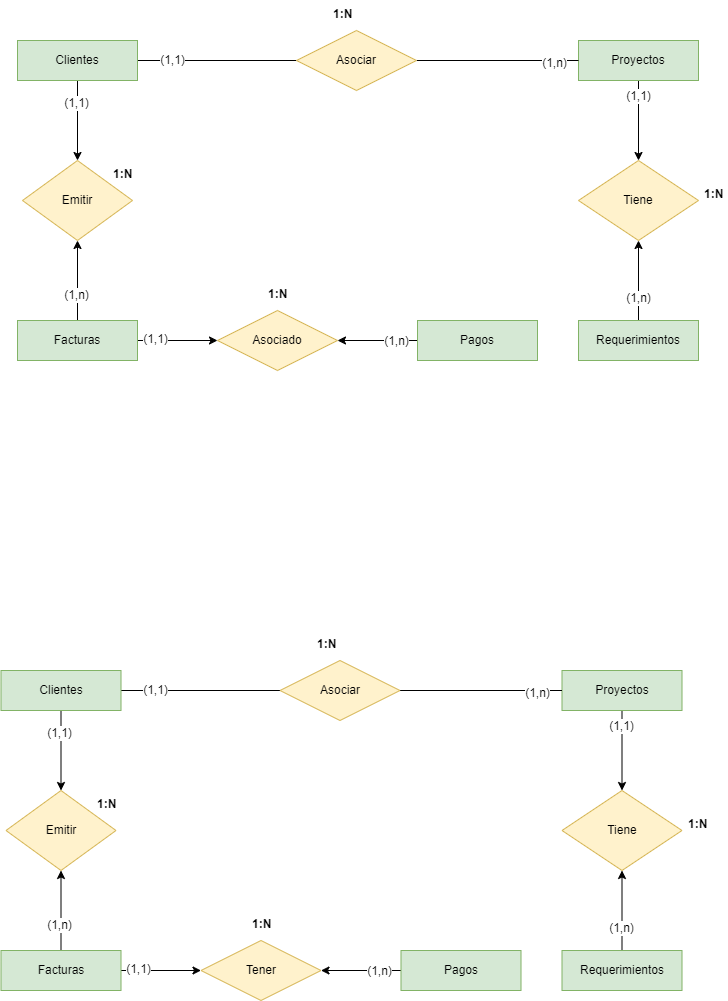
This is diagramas/ModeloEntidadRelación.png from JhersonHuacho/dsrp-contabilidad-consultoria, a draw.io export, as it was before one commit. Source tidied: cells renumbered, new cells last; positions are measured from the earlier drawing's top-left corner, leaving out a move shared by most shapes.
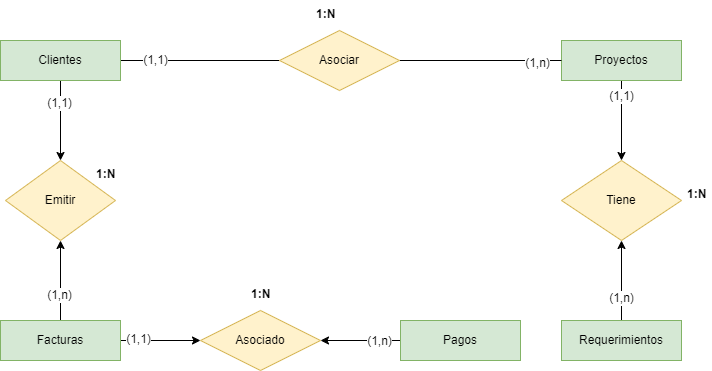
After the change.

Commit message:
se modificó la imagen

Diff of the diagram source:
```diff
@@ -93,96 +93,5 @@
     <mxCell id="30" value="1:N" style="text;strokeColor=none;fillColor=none;spacingLeft=4;spacingRight=4;overflow=hidden;fontSize=12;whiteSpace=wrap;html=1;fontStyle=1;" parent="1" vertex="1">
       <mxGeometry x="261" y="280" width="30" height="20" as="geometry" />
     </mxCell>
-    <mxCell id="31" style="edgeStyle=orthogonalEdgeStyle;rounded=0;jettySize=auto;html=1;entryX=0;entryY=0.5;entryDx=0;entryDy=0;strokeColor=default;curved=0;endArrow=none;endFill=0;" parent="1" edge="1" source="35" target="44">
-      <mxGeometry relative="1" as="geometry" />
-    </mxCell>
-    <mxCell id="32" value="(1,1)" style="edgeLabel;html=1;align=center;verticalAlign=middle;fontSize=12;" parent="31" vertex="1">
-      <mxGeometry x="-0.62" y="1" relative="1" as="geometry">
-        <mxPoint x="4" as="offset" />
-      </mxGeometry>
-    </mxCell>
-    <mxCell id="33" style="edgeStyle=orthogonalEdgeStyle;rounded=0;jettySize=auto;html=1;" parent="1" edge="1" source="35" target="53">
-      <mxGeometry relative="1" as="geometry" />
-    </mxCell>
-    <mxCell id="34" value="(1,1)" style="edgeLabel;html=1;align=center;verticalAlign=middle;fontSize=12;" parent="33" vertex="1">
-      <mxGeometry x="-0.45" y="-2" relative="1" as="geometry" />
-    </mxCell>
-    <mxCell id="35" value="Clientes" style="whiteSpace=wrap;html=1;align=center;fillColor=#d5e8d4;strokeColor=#82b366;" parent="1" vertex="1">
-      <mxGeometry x="-0.5" y="670" width="120" height="40" as="geometry" />
-    </mxCell>
-    <mxCell id="36" style="edgeStyle=orthogonalEdgeStyle;rounded=0;jettySize=auto;html=1;" parent="1" edge="1" source="38" target="46">
-      <mxGeometry relative="1" as="geometry" />
-    </mxCell>
-    <mxCell id="37" value="(1,1)" style="edgeLabel;html=1;align=center;verticalAlign=middle;fontSize=12;" parent="36" vertex="1">
-      <mxGeometry x="-0.62" y="-1" relative="1" as="geometry" />
-    </mxCell>
-    <mxCell id="38" value="Proyectos" style="whiteSpace=wrap;html=1;align=center;fillColor=#d5e8d4;strokeColor=#82b366;" parent="1" vertex="1">
-      <mxGeometry x="560.5" y="670" width="120" height="40" as="geometry" />
-    </mxCell>
-    <mxCell id="39" style="edgeStyle=orthogonalEdgeStyle;rounded=0;jettySize=auto;html=1;" parent="1" edge="1" source="41" target="46">
-      <mxGeometry relative="1" as="geometry" />
-    </mxCell>
-    <mxCell id="40" value="(1,n)" style="edgeLabel;html=1;align=center;verticalAlign=middle;fontSize=12;" parent="39" vertex="1">
-      <mxGeometry x="-0.43" y="1" relative="1" as="geometry" />
-    </mxCell>
-    <mxCell id="41" value="Requerimientos" style="whiteSpace=wrap;html=1;align=center;fillColor=#d5e8d4;strokeColor=#82b366;" parent="1" vertex="1">
-      <mxGeometry x="560.5" y="950" width="120" height="40" as="geometry" />
-    </mxCell>
-    <mxCell id="42" style="edgeStyle=orthogonalEdgeStyle;rounded=0;jettySize=auto;html=1;endArrow=none;endFill=0;" parent="1" edge="1" source="44" target="38">
-      <mxGeometry relative="1" as="geometry" />
-    </mxCell>
-    <mxCell id="43" value="(1,n)" style="edgeLabel;html=1;align=center;verticalAlign=middle;fontSize=12;" parent="42" vertex="1">
-      <mxGeometry x="-0.17" y="-2" relative="1" as="geometry">
-        <mxPoint x="70" as="offset" />
-      </mxGeometry>
-    </mxCell>
-    <mxCell id="44" value="Asociar" style="shape=rhombus;perimeter=rhombusPerimeter;whiteSpace=wrap;html=1;align=center;fillColor=#fff2cc;strokeColor=#d6b656;" parent="1" vertex="1">
-      <mxGeometry x="278.5" y="660" width="120" height="60" as="geometry" />
-    </mxCell>
-    <mxCell id="45" value="1:N" style="text;strokeColor=none;fillColor=none;spacingLeft=4;spacingRight=4;overflow=hidden;fontSize=12;whiteSpace=wrap;html=1;fontStyle=1;" parent="1" vertex="1">
-      <mxGeometry x="309.5" y="630" width="30" height="20" as="geometry" />
-    </mxCell>
-    <mxCell id="46" value="Tiene" style="shape=rhombus;perimeter=rhombusPerimeter;whiteSpace=wrap;html=1;align=center;fillColor=#fff2cc;strokeColor=#d6b656;" parent="1" vertex="1">
-      <mxGeometry x="560.5" y="790" width="120" height="80" as="geometry" />
-    </mxCell>
-    <mxCell id="47" value="1:N" style="text;strokeColor=none;fillColor=none;spacingLeft=4;spacingRight=4;overflow=hidden;fontSize=12;whiteSpace=wrap;html=1;fontStyle=1;" parent="1" vertex="1">
-      <mxGeometry x="680.5" y="810" width="30" height="20" as="geometry" />
-    </mxCell>
-    <mxCell id="48" style="edgeStyle=orthogonalEdgeStyle;rounded=0;jettySize=auto;html=1;" parent="1" edge="1" source="52" target="53">
-      <mxGeometry relative="1" as="geometry" />
-    </mxCell>
-    <mxCell id="49" value="(1,n)" style="edgeLabel;html=1;align=center;verticalAlign=middle;fontSize=12;" parent="48" vertex="1">
-      <mxGeometry x="-0.35" y="2" relative="1" as="geometry" />
-    </mxCell>
-    <mxCell id="50" style="edgeStyle=orthogonalEdgeStyle;rounded=0;jettySize=auto;html=1;" parent="1" edge="1" source="52" target="58">
-      <mxGeometry relative="1" as="geometry" />
-    </mxCell>
-    <mxCell id="51" value="(1,1)" style="edgeLabel;html=1;align=center;verticalAlign=middle;fontSize=12;" parent="50" vertex="1">
-      <mxGeometry x="-0.57" y="2" relative="1" as="geometry" />
-    </mxCell>
-    <mxCell id="52" value="Facturas" style="whiteSpace=wrap;html=1;align=center;fillColor=#d5e8d4;strokeColor=#82b366;" parent="1" vertex="1">
-      <mxGeometry x="-0.5" y="950" width="120" height="40" as="geometry" />
-    </mxCell>
-    <mxCell id="53" value="Emitir" style="shape=rhombus;perimeter=rhombusPerimeter;whiteSpace=wrap;html=1;align=center;fillColor=#fff2cc;strokeColor=#d6b656;" parent="1" vertex="1">
-      <mxGeometry x="4.5" y="790" width="110" height="80" as="geometry" />
-    </mxCell>
-    <mxCell id="54" value="1:N" style="text;strokeColor=none;fillColor=none;spacingLeft=4;spacingRight=4;overflow=hidden;fontSize=12;whiteSpace=wrap;html=1;fontStyle=1;" parent="1" vertex="1">
-      <mxGeometry x="89.5" y="790" width="30" height="20" as="geometry" />
-    </mxCell>
-    <mxCell id="55" style="edgeStyle=orthogonalEdgeStyle;rounded=0;jettySize=auto;html=1;" parent="1" edge="1" source="57" target="58">
-      <mxGeometry relative="1" as="geometry" />
-    </mxCell>
-    <mxCell id="56" value="(1,n)" style="edgeLabel;html=1;align=center;verticalAlign=middle;fontSize=12;" parent="55" vertex="1">
-      <mxGeometry x="-0.45" relative="1" as="geometry" />
-    </mxCell>
-    <mxCell id="57" value="Pagos" style="whiteSpace=wrap;html=1;align=center;fillColor=#d5e8d4;strokeColor=#82b366;" parent="1" vertex="1">
-      <mxGeometry x="399.5" y="950" width="120" height="40" as="geometry" />
-    </mxCell>
-    <mxCell id="58" value="Tener" style="shape=rhombus;perimeter=rhombusPerimeter;whiteSpace=wrap;html=1;align=center;fillColor=#fff2cc;strokeColor=#d6b656;" parent="1" vertex="1">
-      <mxGeometry x="199.5" y="940" width="120" height="60" as="geometry" />
-    </mxCell>
-    <mxCell id="59" value="1:N" style="text;strokeColor=none;fillColor=none;spacingLeft=4;spacingRight=4;overflow=hidden;fontSize=12;whiteSpace=wrap;html=1;fontStyle=1;" parent="1" vertex="1">
-      <mxGeometry x="244.5" y="910" width="30" height="20" as="geometry" />
-    </mxCell>
   </root>
 </mxGraphModel>
```
